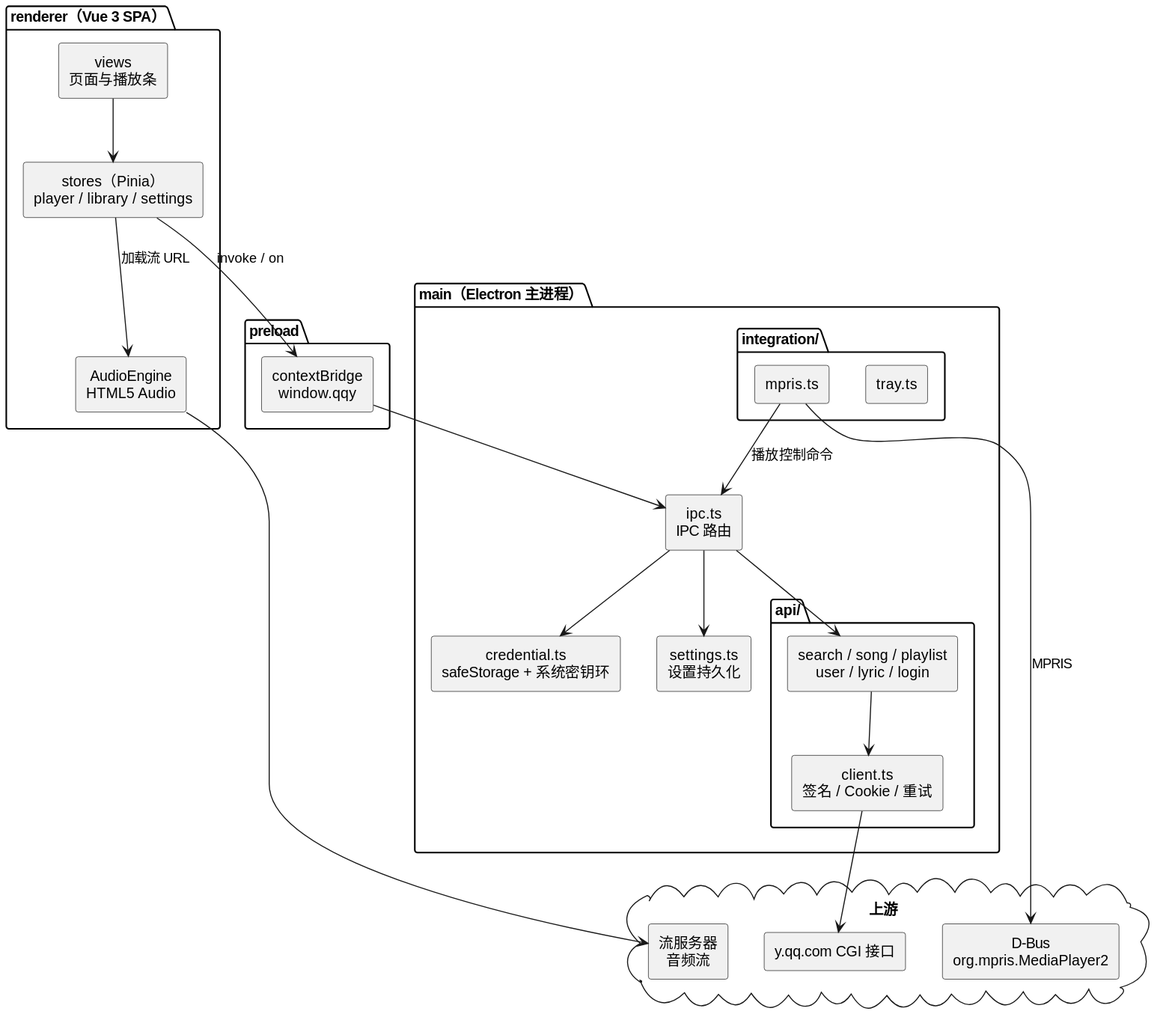
54m43lJ/LycheePlayer keeps this PlantUML diagram as diagram/general-architecture.svg. Above is the earlier version. Source of this version:
```plantuml
@startuml
skinparam componentStyle rectangle
skinparam defaultTextAlignment center
skinparam shadowing false

package "renderer（Vue 3 SPA）" {
  [views\n页面与播放条] as V
  [stores（Pinia）\nplayer / library / settings] as ST
  [AudioEngine\nHTML5 Audio] as AU
}

package "preload" {
  [contextBridge\nwindow.qqy] as PB
}

package "main（Electron 主进程）" {
  [ipc.ts\nIPC 路由] as IPC

  package "api/" {
    [client.ts\n签名 / Cookie / 重试] as CL
    [search / song / playlist\nuser / lyric / login] as EP
  }

  [credential.ts\nsafeStorage + 系统密钥环] as CR
  [settings.ts\n设置持久化] as SE

  package "integration/" {
    [mpris.ts] as MP
    [tray.ts] as TR
  }
}

cloud "上游" {
  [y.qq.com CGI 接口] as UP1
  [流服务器\n音频流] as UP2
  [D-Bus\norg.mpris.MediaPlayer2] as BUS
}

V --> ST
ST --> AU : 加载流 URL
ST --> PB : invoke / on
PB --> IPC
IPC --> EP
IPC --> CR
IPC --> SE
MP --> IPC : 播放控制命令
EP --> CL
CL --> UP1
AU --> UP2
MP --> BUS : MPRIS
@enduml
```
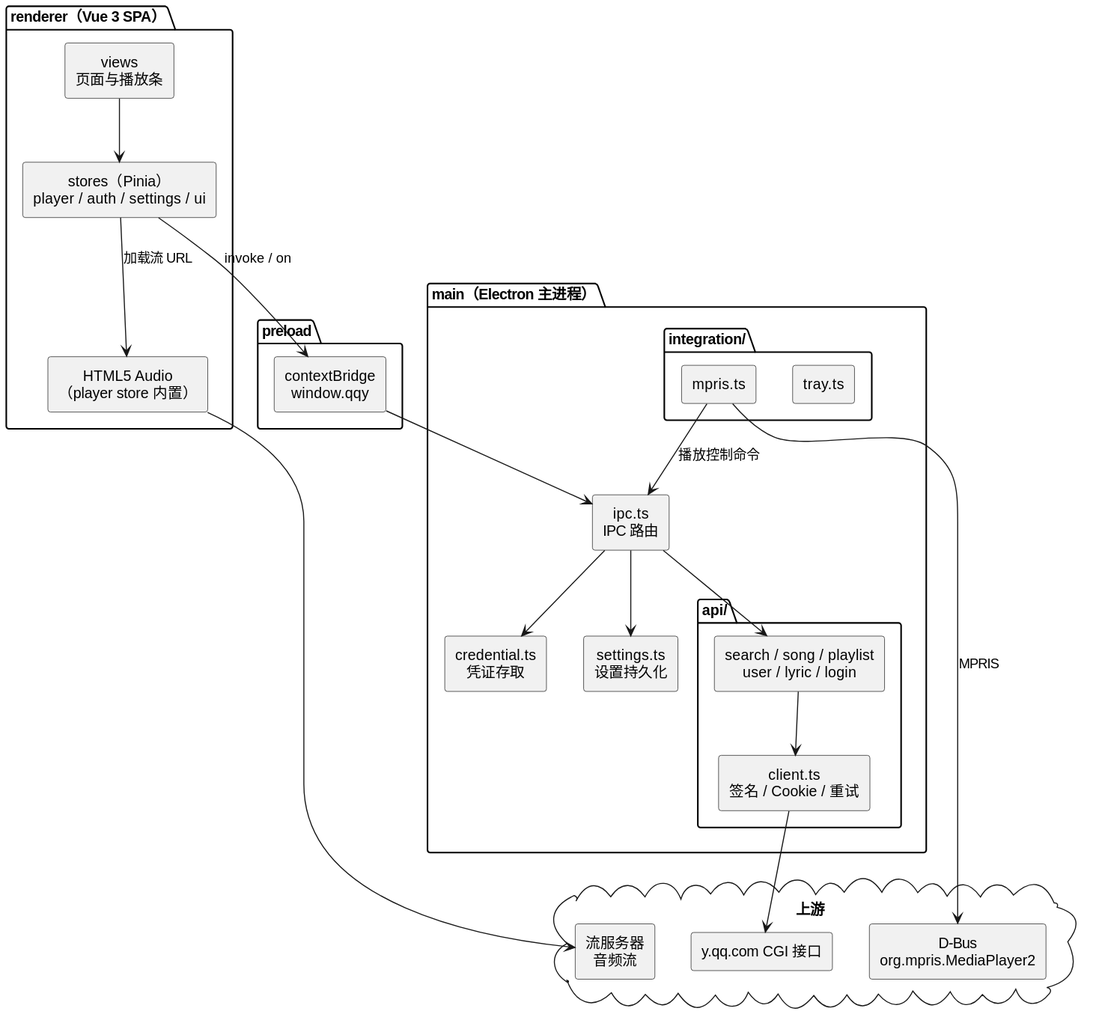
After the change.

Commit message:
docs: 将 POC 实现事实并入 ARCHITECTURE/CODE，疑点整理进 PENDING #10-12

The edit, as a diff of the source:
```diff
@@ -5,8 +5,8 @@
 
 package "renderer（Vue 3 SPA）" {
   [views\n页面与播放条] as V
-  [stores（Pinia）\nplayer / library / settings] as ST
-  [AudioEngine\nHTML5 Audio] as AU
+  [stores（Pinia）\nplayer / auth / settings / ui] as ST
+  [HTML5 Audio\n（player store 内置）] as AU
 }
 
 package "preload" {
@@ -21,7 +21,7 @@
     [search / song / playlist\nuser / lyric / login] as EP
   }
 
-  [credential.ts\nsafeStorage + 系统密钥环] as CR
+  [credential.ts\n凭证存取] as CR
   [settings.ts\n设置持久化] as SE
 
   package "integration/" {
```
